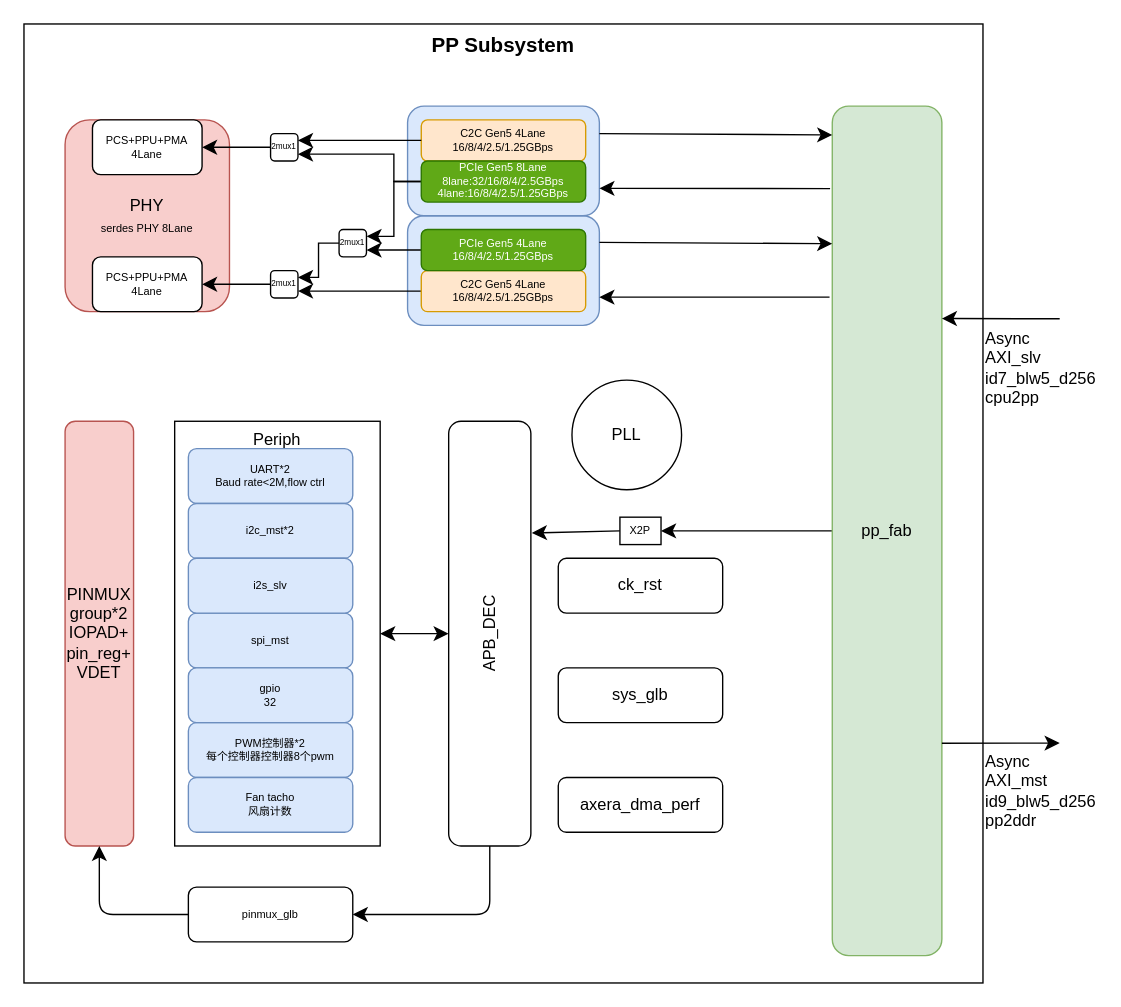
Earlier version of the draw.io diagram page "pp_ss" (1 of 2) of axera_mc8860/axera_mc8860_arch.drawio (howeip/Diagram). Source tidied: cells renumbered, new cells numbered last; positions are measured from the earlier drawing's top-left corner, leaving out a move shared by most shapes. Both pictures are drawn from the tidied source at 137%, with x=0, y=0 at pixel (23, 23).
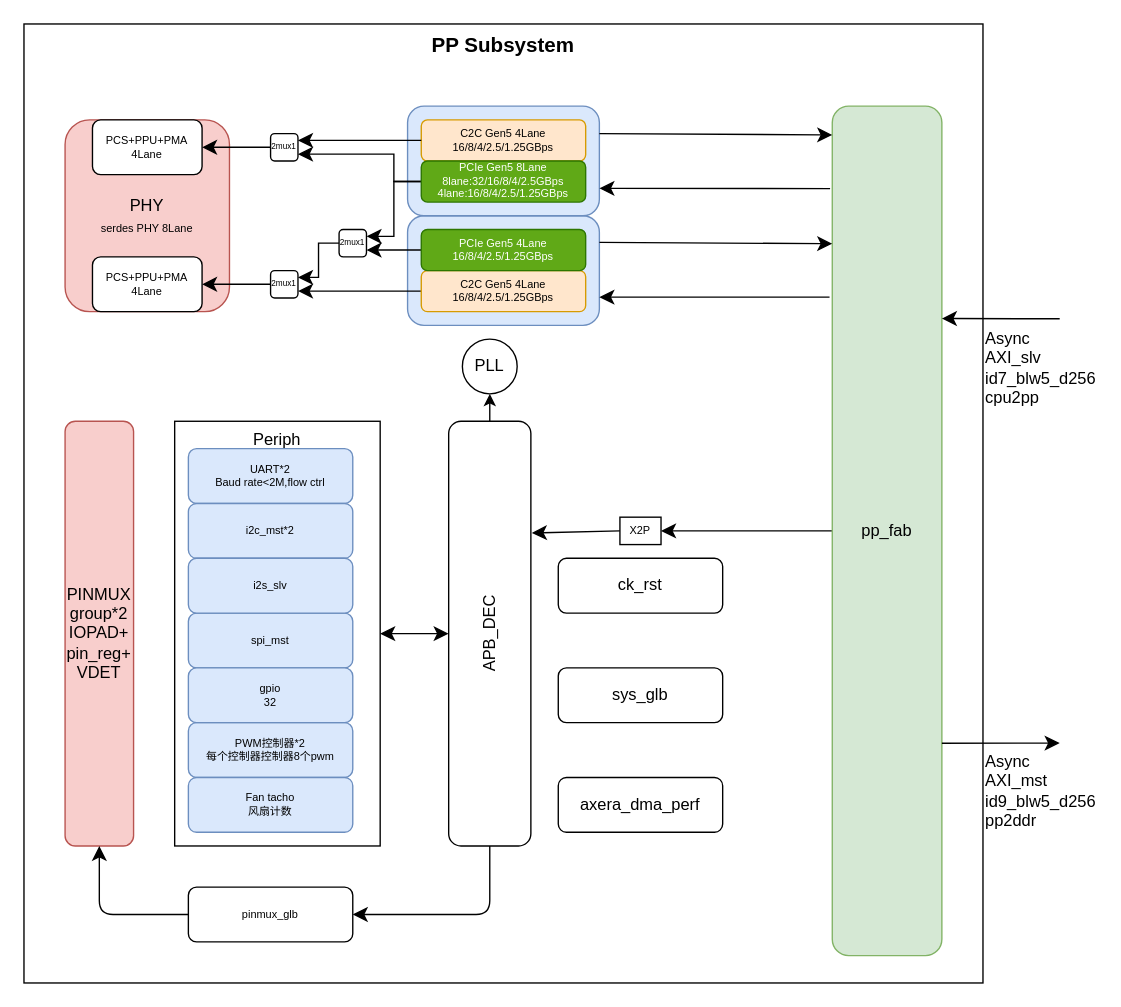
The same diagram, later.

Unchanged cells that the change refers to:
```xml
<mxCell id="19" value="APB_DEC" style="rounded=1;whiteSpace=wrap;html=1;direction=east;horizontal=0;" parent="1" vertex="1">
  <mxGeometry x="310" y="290" width="60" height="310" as="geometry" />
</mxCell>
```

Diff of the diagram source:
```diff
@@
     <mxCell id="10" value="PLL" style="ellipse;whiteSpace=wrap;html=1;rounded=1;" parent="1" vertex="1">
-      <mxGeometry x="400" y="260" width="80" height="80" as="geometry" />
+      <mxGeometry x="320" y="230" width="40" height="40" as="geometry" />
     </mxCell>
@@
+    <mxCell id="53" style="edgeStyle=orthogonalEdgeStyle;rounded=0;jettySize=auto;html=1;exitX=0.5;exitY=0;exitDx=0;exitDy=0;entryX=0.5;entryY=1;entryDx=0;entryDy=0;" parent="1" edge="1" source="19" target="10">
+      <mxGeometry relative="1" as="geometry" />
+    </mxCell>
```
